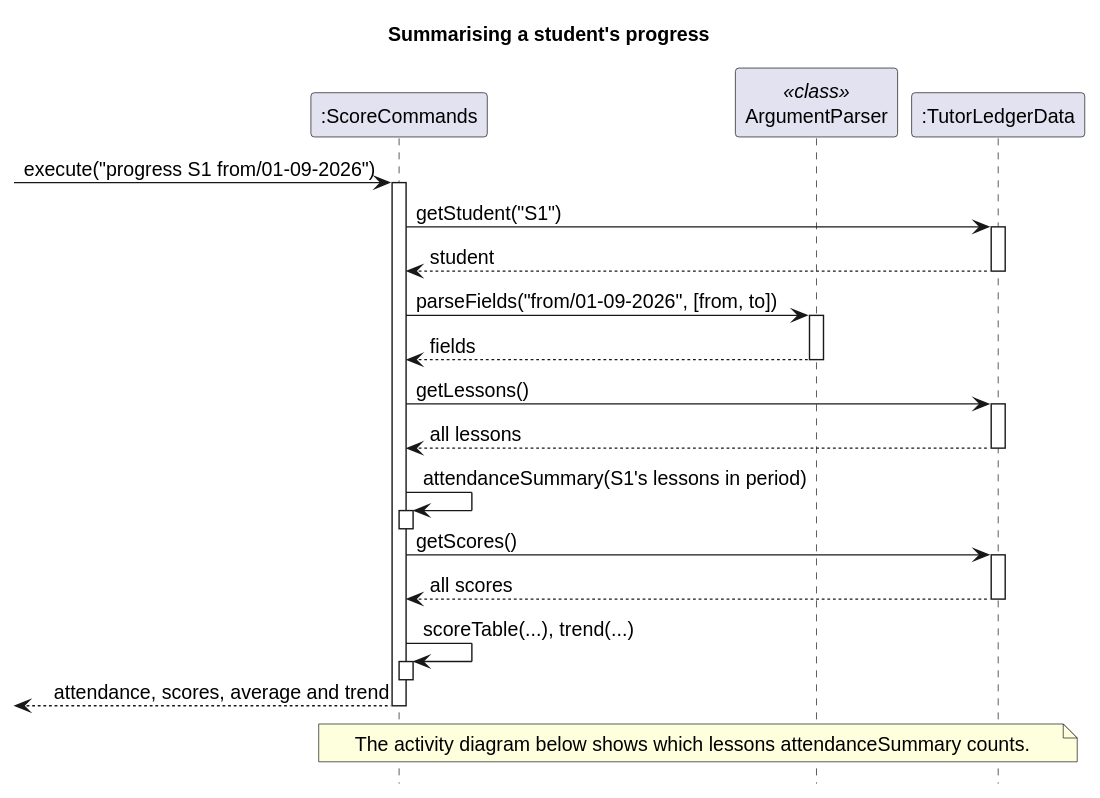
Before: docs/diagrams/score-progress-sequence.svg, a diagram exported from PlantUML (AY2627S1-CS2113-W12-2/tp). Source of this version:
```plantuml
@startuml
skinparam backgroundColor white
skinparam defaultFontSize 14
skinparam shadowing false
hide footbox
title Summarising a student's progress

participant ":ScoreCommands" as Commands
participant "ArgumentParser" as Parser <<class>>
participant ":TutorLedgerData" as Data

[-> Commands : execute("progress S1 from/01-09-2026")
activate Commands
Commands -> Data : getStudent("S1")
activate Data
Data --> Commands : student
deactivate Data
Commands -> Parser : parseFields("from/01-09-2026", [from, to])
activate Parser
Parser --> Commands : fields
deactivate Parser

Commands -> Data : getLessons()
activate Data
Data --> Commands : all lessons
deactivate Data
Commands -> Commands : attendanceSummary(S1's lessons in period)
activate Commands
deactivate Commands

Commands -> Data : getScores()
activate Data
Data --> Commands : all scores
deactivate Data
Commands -> Commands : scoreTable(...), trend(...)
activate Commands
deactivate Commands

Commands -->[ : attendance, scores, average and trend
deactivate Commands
note over Commands, Data
  The activity diagram below shows which lessons attendanceSummary counts.
end note
@enduml
```
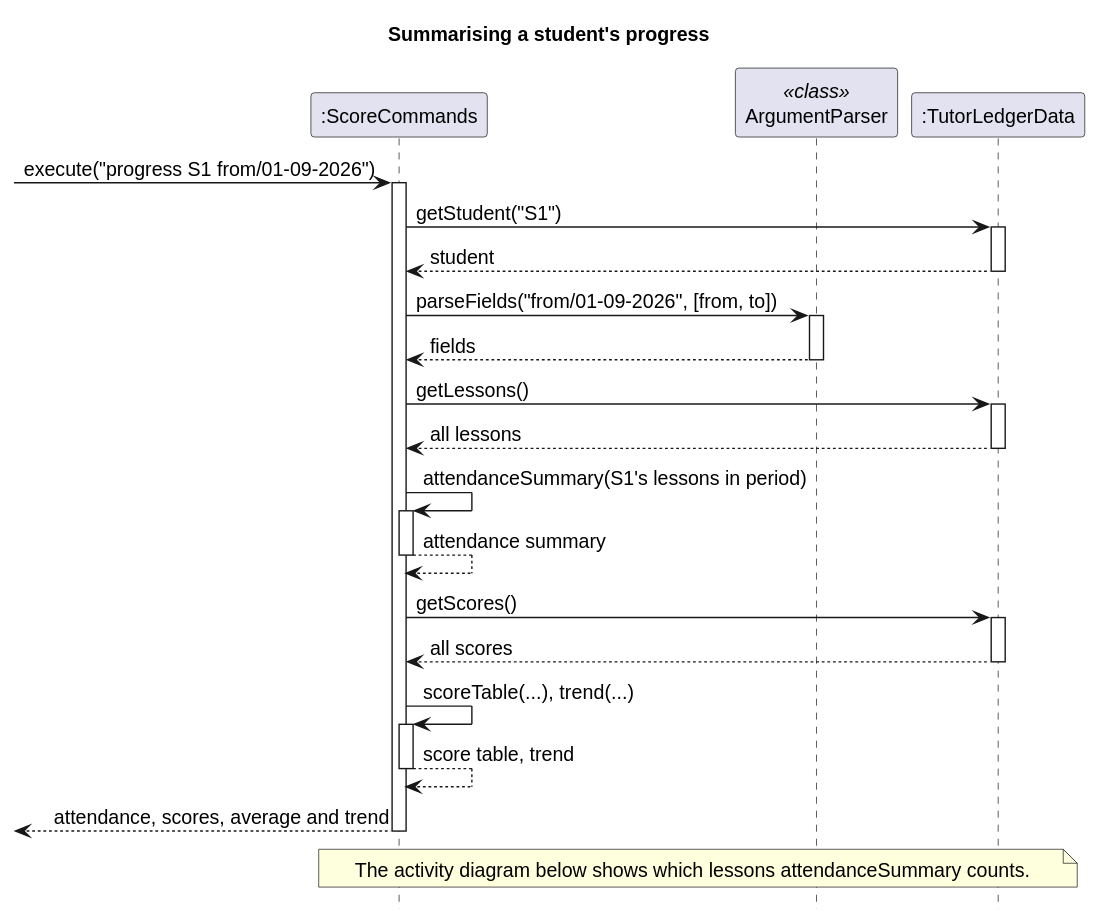
The same file after the commit.

What changed in the source:
```diff
@@ -26,6 +26,7 @@
 deactivate Data
 Commands -> Commands : attendanceSummary(S1's lessons in period)
 activate Commands
+Commands --> Commands : attendance summary
 deactivate Commands
 
 Commands -> Data : getScores()
@@ -34,6 +35,7 @@
 deactivate Data
 Commands -> Commands : scoreTable(...), trend(...)
 activate Commands
+Commands --> Commands : score table, trend
 deactivate Commands
 
 Commands -->[ : attendance, scores, average and trend
```
